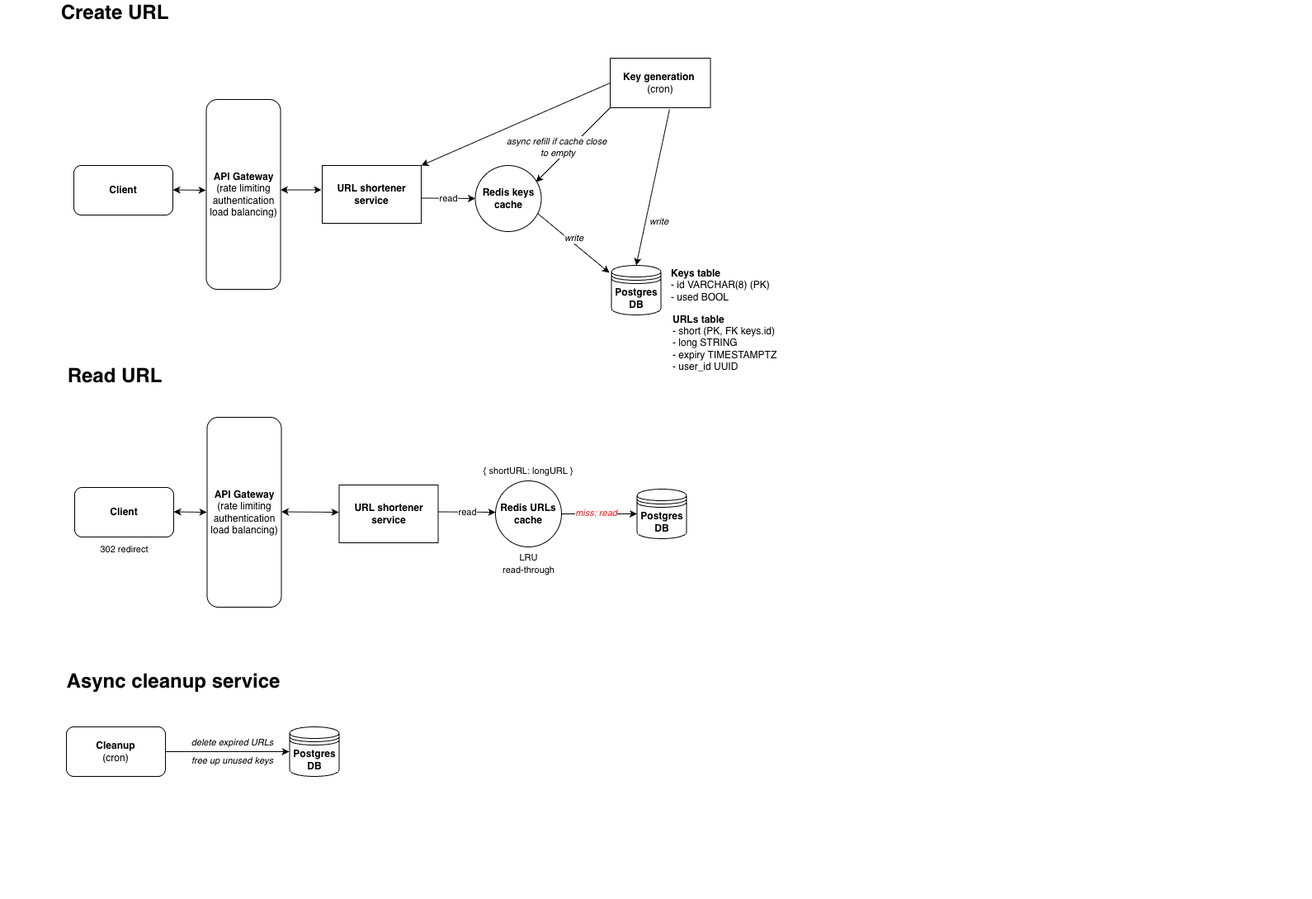
Earlier version of the draw.io export apparchitecture.png (Marie20767/url-shortener). Source tidied: cells renumbered, new cells last; positions are measured from the earlier drawing's top-left corner, leaving out a move shared by most shapes. Source of this version:
```xml
<mxGraphModel>
  <root>
    <mxCell id="0" />
    <mxCell id="1" parent="0" />
    <mxCell id="2" value="&lt;h1 style=&quot;margin-top: 0px;&quot;&gt;&lt;br&gt;&lt;/h1&gt;&lt;p&gt;&lt;/p&gt;" style="text;html=1;whiteSpace=wrap;overflow=hidden;rounded=0;" parent="1" vertex="1">
      <mxGeometry x="1100" y="180" width="490" height="120" as="geometry" />
    </mxCell>
    <mxCell id="3" value="&lt;font style=&quot;font-size: 24px;&quot;&gt;&lt;b&gt;Create URL&lt;/b&gt;&lt;/font&gt;" style="text;html=1;align=center;verticalAlign=middle;whiteSpace=wrap;rounded=0;" parent="1" vertex="1">
      <mxGeometry x="40" width="200" height="30" as="geometry" />
    </mxCell>
    <mxCell id="4" value="&lt;b&gt;Postgres DB&lt;/b&gt;" style="shape=datastore;whiteSpace=wrap;html=1;" parent="1" vertex="1">
      <mxGeometry x="741.5" y="321" width="60" height="60" as="geometry" />
    </mxCell>
    <mxCell id="5" value="&lt;span style=&quot;color: rgba(0, 0, 0, 0); font-family: monospace; font-size: 0px; text-align: start; background-color: rgb(236, 236, 236);&quot;&gt;%3CmxGraphModel%3E%3Croot%3E%3CmxCell%20id%3D%220%22%2F%3E%3CmxCell%20id%3D%221%22%20parent%3D%220%22%2F%3E%3CmxCell%20id%3D%222%22%20value%3D%22read%20%26amp%3Bamp%3B%20write%22%20style%3D%22edgeLabel%3Bresizable%3D0%3Bhtml%3D1%3B%3Balign%3Dcenter%3BverticalAlign%3Dmiddle%3B%22%20connectable%3D%220%22%20vertex%3D%221%22%20parent%3D%221%22%3E%3CmxGeometry%20x%3D%22650.407996390282%22%20y%3D%22114.06106115794591%22%20as%3D%22geometry%22%2F%3E%3C%2FmxCell%3E%3C%2Froot%3E%3C%2FmxGraphModel%3E&lt;/span&gt;&lt;span style=&quot;color: rgba(0, 0, 0, 0); font-family: monospace; font-size: 0px; text-align: start; background-color: rgb(236, 236, 236);&quot;&gt;%3CmxGraphModel%3E%3Croot%3E%3CmxCell%20id%3D%220%22%2F%3E%3CmxCell%20id%3D%221%22%20parent%3D%220%22%2F%3E%3CmxCell%20id%3D%222%22%20value%3D%22read%20%26amp%3Bamp%3B%20write%22%20style%3D%22edgeLabel%3Bresizable%3D0%3Bhtml%3D1%3B%3Balign%3Dcenter%3BverticalAlign%3Dmiddle%3B%22%20connectable%3D%220%22%20vertex%3D%221%22%20parent%3D%221%22%3E%3CmxGeometry%20x%3D%22650.407996390282%22%20y%3D%22114.06106115794591%22%20as%3D%22geometry%22%2F%3E%3C%2FmxCell%3E%3C%2Froot%3E%3C%2FmxGraphModel%3E&lt;/span&gt;" style="edgeLabel;html=1;align=center;verticalAlign=middle;" parent="1" vertex="1">
      <mxGeometry x="791.5" y="245" as="geometry">
        <mxPoint x="-2" as="offset" />
      </mxGeometry>
    </mxCell>
    <mxCell id="6" style="endArrow=classic;html=1;rounded=0;entryX=0.919;entryY=0.25;entryDx=0;entryDy=0;exitX=0;exitY=1;exitDx=0;exitDy=0;entryPerimeter=0;" parent="1" edge="1" target="31">
      <mxGeometry relative="1" as="geometry">
        <mxPoint x="740" y="130" as="sourcePoint" />
      </mxGeometry>
    </mxCell>
    <mxCell id="7" value="&lt;font style=&quot;color: rgb(0, 0, 0);&quot;&gt;&lt;i style=&quot;&quot;&gt;async refill if cache close&lt;br&gt;&amp;nbsp;to empty&lt;br&gt;&lt;/i&gt;&lt;/font&gt;" style="edgeLabel;html=1;align=center;verticalAlign=middle;fillColor=#000000;strokeColor=none;" parent="6" vertex="1">
      <mxGeometry relative="1" as="geometry">
        <mxPoint x="-20" y="2" as="offset" />
      </mxGeometry>
    </mxCell>
    <mxCell id="8" value="&lt;b&gt;Key generation&amp;nbsp;&lt;/b&gt;&lt;br&gt;(cron)" style="rounded=0;whiteSpace=wrap;html=1;" parent="1" vertex="1">
      <mxGeometry x="740" y="70" width="121.5" height="60" as="geometry" />
    </mxCell>
    <mxCell id="9" style="endArrow=classic;html=1;rounded=0;exitX=0.592;exitY=1.033;exitDx=0;exitDy=0;exitPerimeter=0;entryX=0.5;entryY=0;entryDx=0;entryDy=0;" parent="1" edge="1" target="4">
      <mxGeometry relative="1" as="geometry">
        <mxPoint x="811.9" y="132" as="sourcePoint" />
      </mxGeometry>
    </mxCell>
    <mxCell id="10" value="&lt;i&gt;write&lt;/i&gt;" style="edgeLabel;html=1;align=center;verticalAlign=middle;" parent="1" vertex="1">
      <mxGeometry x="811.5" y="265" as="geometry">
        <mxPoint x="-13" y="2" as="offset" />
      </mxGeometry>
    </mxCell>
    <mxCell id="11" style="endArrow=classic;html=1;rounded=0;exitX=0.944;exitY=0.725;exitDx=0;exitDy=0;exitPerimeter=0;entryX=-0.042;entryY=0.15;entryDx=0;entryDy=0;entryPerimeter=0;" parent="1" edge="1" source="31" target="4">
      <mxGeometry relative="1" as="geometry" />
    </mxCell>
    <mxCell id="12" value="&lt;i&gt;write&lt;/i&gt;" style="edgeLabel;html=1;align=center;verticalAlign=middle;" parent="1" vertex="1">
      <mxGeometry x="708.5" y="285" as="geometry">
        <mxPoint x="-13" y="2" as="offset" />
      </mxGeometry>
    </mxCell>
    <mxCell id="13" value="&lt;font style=&quot;font-size: 24px;&quot;&gt;&lt;b&gt;Read URL&lt;/b&gt;&lt;/font&gt;" style="text;html=1;align=center;verticalAlign=middle;whiteSpace=wrap;rounded=0;" parent="1" vertex="1">
      <mxGeometry x="40" y="440" width="200" height="30" as="geometry" />
    </mxCell>
    <mxCell id="14" value="{ shortURL: longURL }" style="text;html=1;align=center;verticalAlign=middle;whiteSpace=wrap;rounded=0;fontSize=11;" parent="1" vertex="1">
      <mxGeometry x="585.2" y="560" width="111.5" height="20" as="geometry" />
    </mxCell>
    <mxCell id="15" value="&lt;b&gt;Postgres DB&lt;/b&gt;" style="shape=datastore;whiteSpace=wrap;html=1;labelBackgroundColor=default;" parent="1" vertex="1">
      <mxGeometry x="772.5" y="592" width="60" height="60" as="geometry" />
    </mxCell>
    <mxCell id="16" style="endArrow=classic;html=1;rounded=0;exitX=1;exitY=0.5;exitDx=0;exitDy=0;entryX=0;entryY=0.5;entryDx=0;entryDy=0;" parent="1" edge="1" source="39" target="15">
      <mxGeometry relative="1" as="geometry" />
    </mxCell>
    <mxCell id="17" value="&lt;font style=&quot;color: rgb(255, 25, 33);&quot;&gt;&lt;i&gt;miss: read&lt;/i&gt;&lt;/font&gt;" style="edgeLabel;html=1;align=center;verticalAlign=middle;" parent="16" vertex="1">
      <mxGeometry relative="1" as="geometry">
        <mxPoint x="-5" y="-2" as="offset" />
      </mxGeometry>
    </mxCell>
    <mxCell id="18" value="&lt;b&gt;URL shortener service&lt;/b&gt;" style="rounded=0;whiteSpace=wrap;html=1;" parent="1" vertex="1">
      <mxGeometry x="391" y="200" width="120" height="70" as="geometry" />
    </mxCell>
    <mxCell id="19" value="&lt;b&gt;URL shortener service&lt;/b&gt;" style="rounded=0;whiteSpace=wrap;html=1;" parent="1" vertex="1">
      <mxGeometry x="411.5" y="587" width="120" height="70" as="geometry" />
    </mxCell>
    <mxCell id="20" value="&lt;font style=&quot;&quot;&gt;&lt;span style=&quot;font-weight: bold; font-size: 24px;&quot;&gt;Async cleanup service&lt;/span&gt;&lt;/font&gt;" style="text;html=1;align=center;verticalAlign=middle;whiteSpace=wrap;rounded=0;" parent="1" vertex="1">
      <mxGeometry x="0.5" y="810" width="420" height="30" as="geometry" />
    </mxCell>
    <mxCell id="21" value="&lt;b&gt;Postgres DB&lt;/b&gt;" style="shape=datastore;whiteSpace=wrap;html=1;labelBackgroundColor=default;" parent="1" vertex="1">
      <mxGeometry x="351.5" y="880" width="60" height="60" as="geometry" />
    </mxCell>
    <mxCell id="22" value="&lt;b&gt;Cleanup&lt;/b&gt;&lt;div&gt;(cron)&lt;/div&gt;" style="rounded=1;whiteSpace=wrap;html=1;" parent="1" vertex="1">
      <mxGeometry x="81" y="880" width="120" height="60" as="geometry" />
    </mxCell>
    <mxCell id="23" style="endArrow=classic;html=1;rounded=0;exitX=1;exitY=0.5;exitDx=0;exitDy=0;" parent="1" edge="1" source="22">
      <mxGeometry relative="1" as="geometry">
        <mxPoint x="351" y="910" as="targetPoint" />
      </mxGeometry>
    </mxCell>
    <mxCell id="24" value="delete expired URLs" style="edgeLabel;html=1;align=center;verticalAlign=middle;fontStyle=2;" parent="23" vertex="1">
      <mxGeometry relative="1" as="geometry">
        <mxPoint x="5" y="-12" as="offset" />
      </mxGeometry>
    </mxCell>
    <mxCell id="25" style="edgeStyle=orthogonalEdgeStyle;rounded=0;orthogonalLoop=1;jettySize=auto;html=1;exitX=0.5;exitY=1;exitDx=0;exitDy=0;" parent="1" edge="1">
      <mxGeometry relative="1" as="geometry">
        <mxPoint x="454" y="1080" as="sourcePoint" />
        <mxPoint x="454" y="1080" as="targetPoint" />
      </mxGeometry>
    </mxCell>
    <mxCell id="26" value="&lt;div&gt;&lt;br&gt;&lt;/div&gt;&lt;div&gt;&lt;br&gt;&lt;/div&gt;" style="endArrow=classic;html=1;rounded=0;exitX=0;exitY=0.5;exitDx=0;exitDy=0;entryX=1;entryY=0;entryDx=0;entryDy=0;" parent="1" edge="1" target="18">
      <mxGeometry relative="1" as="geometry">
        <mxPoint x="740" y="100" as="sourcePoint" />
      </mxGeometry>
    </mxCell>
    <mxCell id="27" value="&lt;b&gt;Client&lt;/b&gt;" style="rounded=1;whiteSpace=wrap;html=1;" parent="1" vertex="1">
      <mxGeometry x="90" y="200" width="120" height="60" as="geometry" />
    </mxCell>
    <mxCell id="28" style="endArrow=classic;startArrow=classic;html=1;rounded=0;" parent="1" edge="1">
      <mxGeometry relative="1" as="geometry">
        <mxPoint x="210" y="229.5" as="sourcePoint" />
        <mxPoint x="250" y="230" as="targetPoint" />
      </mxGeometry>
    </mxCell>
    <mxCell id="29" value="&lt;b&gt;API Gateway&lt;/b&gt;&lt;br&gt;(rate limiting&lt;div&gt;authentication&lt;/div&gt;&lt;div&gt;load balancing)&lt;/div&gt;" style="rounded=1;whiteSpace=wrap;html=1;" parent="1" vertex="1">
      <mxGeometry x="250.5" y="120" width="90" height="230" as="geometry" />
    </mxCell>
    <mxCell id="30" style="endArrow=classic;startArrow=classic;html=1;rounded=0;" parent="1" edge="1">
      <mxGeometry relative="1" as="geometry">
        <mxPoint x="340.5" y="229.5" as="sourcePoint" />
        <mxPoint x="390" y="229.5" as="targetPoint" />
      </mxGeometry>
    </mxCell>
    <mxCell id="31" value="&lt;b&gt;Redis keys cache&lt;/b&gt;" style="ellipse;whiteSpace=wrap;html=1;" parent="1" vertex="1">
      <mxGeometry x="576.5" y="200" width="80" height="80" as="geometry" />
    </mxCell>
    <mxCell id="32" style="endArrow=classic;html=1;rounded=0;entryX=0;entryY=0.5;entryDx=0;entryDy=0;" parent="1" edge="1" target="31">
      <mxGeometry relative="1" as="geometry">
        <mxPoint x="511" y="239.5" as="sourcePoint" />
      </mxGeometry>
    </mxCell>
    <mxCell id="33" value="read" style="edgeLabel;html=1;align=center;verticalAlign=middle;" parent="32" vertex="1">
      <mxGeometry relative="1" as="geometry" />
    </mxCell>
    <mxCell id="34" value="&lt;b&gt;URLs table&lt;br&gt;&lt;/b&gt;&lt;div&gt;- short (PK, FK keys.id)&lt;/div&gt;&lt;div&gt;- long STRING&lt;/div&gt;&lt;div&gt;- expiry TIMESTAMPTZ&lt;/div&gt;&lt;div&gt;- user_id UUID&lt;/div&gt;" style="text;html=1;whiteSpace=wrap;strokeColor=none;fillColor=none;align=left;verticalAlign=middle;rounded=0;" parent="1" vertex="1">
      <mxGeometry x="814" y="390" width="230" height="50" as="geometry" />
    </mxCell>
    <mxCell id="35" value="&lt;b&gt;Keys table&lt;br&gt;&lt;/b&gt;&lt;div&gt;- id VARCHAR(8) (PK)&lt;/div&gt;&lt;div&gt;- used BOOL&lt;/div&gt;" style="text;html=1;whiteSpace=wrap;strokeColor=none;fillColor=none;align=left;verticalAlign=middle;rounded=0;" parent="1" vertex="1">
      <mxGeometry x="811.5" y="320" width="230" height="50" as="geometry" />
    </mxCell>
    <mxCell id="36" value="&lt;b&gt;Client&lt;/b&gt;" style="rounded=1;whiteSpace=wrap;html=1;" parent="1" vertex="1">
      <mxGeometry x="91" y="590" width="120" height="60" as="geometry" />
    </mxCell>
    <mxCell id="37" style="endArrow=classic;startArrow=classic;html=1;rounded=0;" parent="1" edge="1">
      <mxGeometry relative="1" as="geometry">
        <mxPoint x="211" y="619.5" as="sourcePoint" />
        <mxPoint x="251" y="620" as="targetPoint" />
      </mxGeometry>
    </mxCell>
    <mxCell id="38" value="&lt;b&gt;API Gateway&lt;/b&gt;&lt;br&gt;(rate limiting&lt;div&gt;authentication&lt;/div&gt;&lt;div&gt;load balancing)&lt;/div&gt;" style="rounded=1;whiteSpace=wrap;html=1;" parent="1" vertex="1">
      <mxGeometry x="251.5" y="505" width="90" height="230" as="geometry" />
    </mxCell>
    <mxCell id="39" value="&lt;b&gt;Redis URLs cache&lt;/b&gt;" style="ellipse;whiteSpace=wrap;html=1;" parent="1" vertex="1">
      <mxGeometry x="601" y="582" width="80" height="80" as="geometry" />
    </mxCell>
    <mxCell id="40" value="&lt;span style=&quot;font-size: 11px;&quot;&gt;LRU&lt;/span&gt;&lt;br style=&quot;font-size: 11px;&quot;&gt;&lt;span style=&quot;font-size: 11px;&quot;&gt;read-through&lt;/span&gt;" style="text;html=1;whiteSpace=wrap;strokeColor=none;fillColor=none;align=center;verticalAlign=middle;rounded=0;" parent="1" vertex="1">
      <mxGeometry x="586.5" y="657" width="109" height="50" as="geometry" />
    </mxCell>
    <mxCell id="41" style="endArrow=classic;startArrow=classic;html=1;rounded=0;" parent="1" edge="1">
      <mxGeometry relative="1" as="geometry">
        <mxPoint x="341.5" y="619.5" as="sourcePoint" />
        <mxPoint x="411" y="620" as="targetPoint" />
      </mxGeometry>
    </mxCell>
    <mxCell id="42" style="endArrow=classic;html=1;rounded=0;" parent="1" edge="1">
      <mxGeometry relative="1" as="geometry">
        <mxPoint x="531.5" y="619.5" as="sourcePoint" />
        <mxPoint x="601" y="620" as="targetPoint" />
      </mxGeometry>
    </mxCell>
    <mxCell id="43" value="read" style="edgeLabel;html=1;align=center;verticalAlign=middle;" parent="42" vertex="1">
      <mxGeometry relative="1" as="geometry" />
    </mxCell>
    <mxCell id="44" value="&lt;span style=&quot;font-size: 11px;&quot;&gt;302 redirect&lt;/span&gt;" style="text;html=1;whiteSpace=wrap;strokeColor=none;fillColor=none;align=center;verticalAlign=middle;rounded=0;" parent="1" vertex="1">
      <mxGeometry x="96.5" y="640" width="109" height="50" as="geometry" />
    </mxCell>
    <mxCell id="45" value="&lt;i&gt;free up unused keys&lt;/i&gt;" style="edgeLabel;html=1;align=center;verticalAlign=middle;" parent="1" vertex="1">
      <mxGeometry x="281" y="920" as="geometry" />
    </mxCell>
  </root>
</mxGraphModel>
```
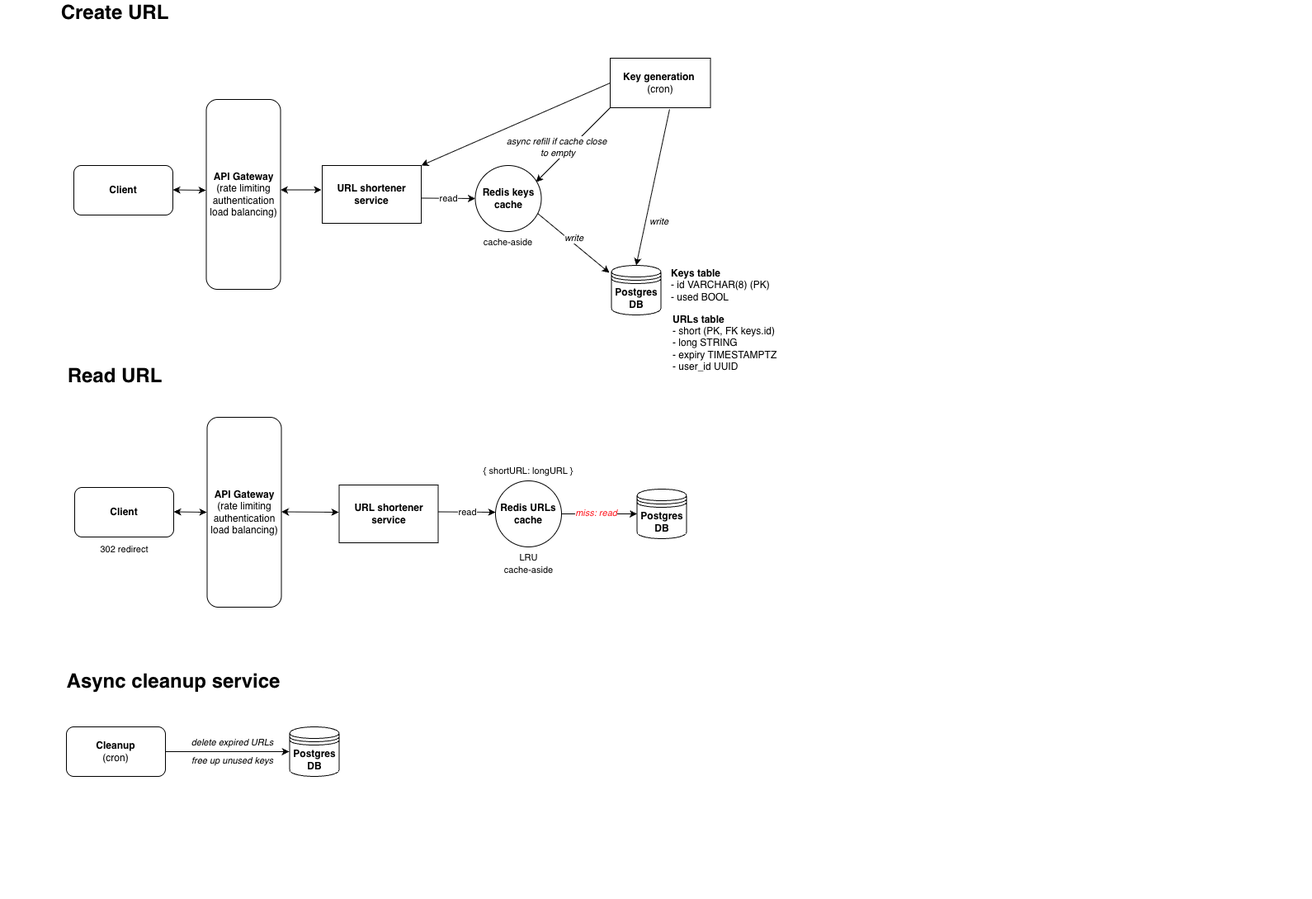
After the commit.

Commit message:
Updated diagram with correct cache pattern

Diff of the diagram source:
```diff
@@ -150,7 +150,7 @@
     <mxCell id="39" value="&lt;b&gt;Redis URLs cache&lt;/b&gt;" style="ellipse;whiteSpace=wrap;html=1;" parent="1" vertex="1">
       <mxGeometry x="601" y="582" width="80" height="80" as="geometry" />
     </mxCell>
-    <mxCell id="40" value="&lt;span style=&quot;font-size: 11px;&quot;&gt;LRU&lt;/span&gt;&lt;br style=&quot;font-size: 11px;&quot;&gt;&lt;span style=&quot;font-size: 11px;&quot;&gt;read-through&lt;/span&gt;" style="text;html=1;whiteSpace=wrap;strokeColor=none;fillColor=none;align=center;verticalAlign=middle;rounded=0;" parent="1" vertex="1">
+    <mxCell id="40" value="&lt;span style=&quot;font-size: 11px;&quot;&gt;LRU&lt;/span&gt;&lt;br style=&quot;font-size: 11px;&quot;&gt;&lt;span style=&quot;font-size: 11px;&quot;&gt;cache-aside&lt;/span&gt;" style="text;html=1;whiteSpace=wrap;strokeColor=none;fillColor=none;align=center;verticalAlign=middle;rounded=0;" parent="1" vertex="1">
       <mxGeometry x="586.5" y="657" width="109" height="50" as="geometry" />
     </mxCell>
     <mxCell id="41" style="endArrow=classic;startArrow=classic;html=1;rounded=0;" parent="1" edge="1">
@@ -174,5 +174,8 @@
     <mxCell id="45" value="&lt;i&gt;free up unused keys&lt;/i&gt;" style="edgeLabel;html=1;align=center;verticalAlign=middle;" parent="1" vertex="1">
       <mxGeometry x="281" y="920" as="geometry" />
     </mxCell>
+    <mxCell id="46" value="&lt;br style=&quot;font-size: 11px;&quot;&gt;&lt;span style=&quot;font-size: 11px;&quot;&gt;cache-aside&lt;/span&gt;" style="text;html=1;whiteSpace=wrap;strokeColor=none;fillColor=none;align=center;verticalAlign=middle;rounded=0;" parent="1" vertex="1">
+      <mxGeometry x="562" y="260" width="109" height="50" as="geometry" />
+    </mxCell>
   </root>
 </mxGraphModel>
```
